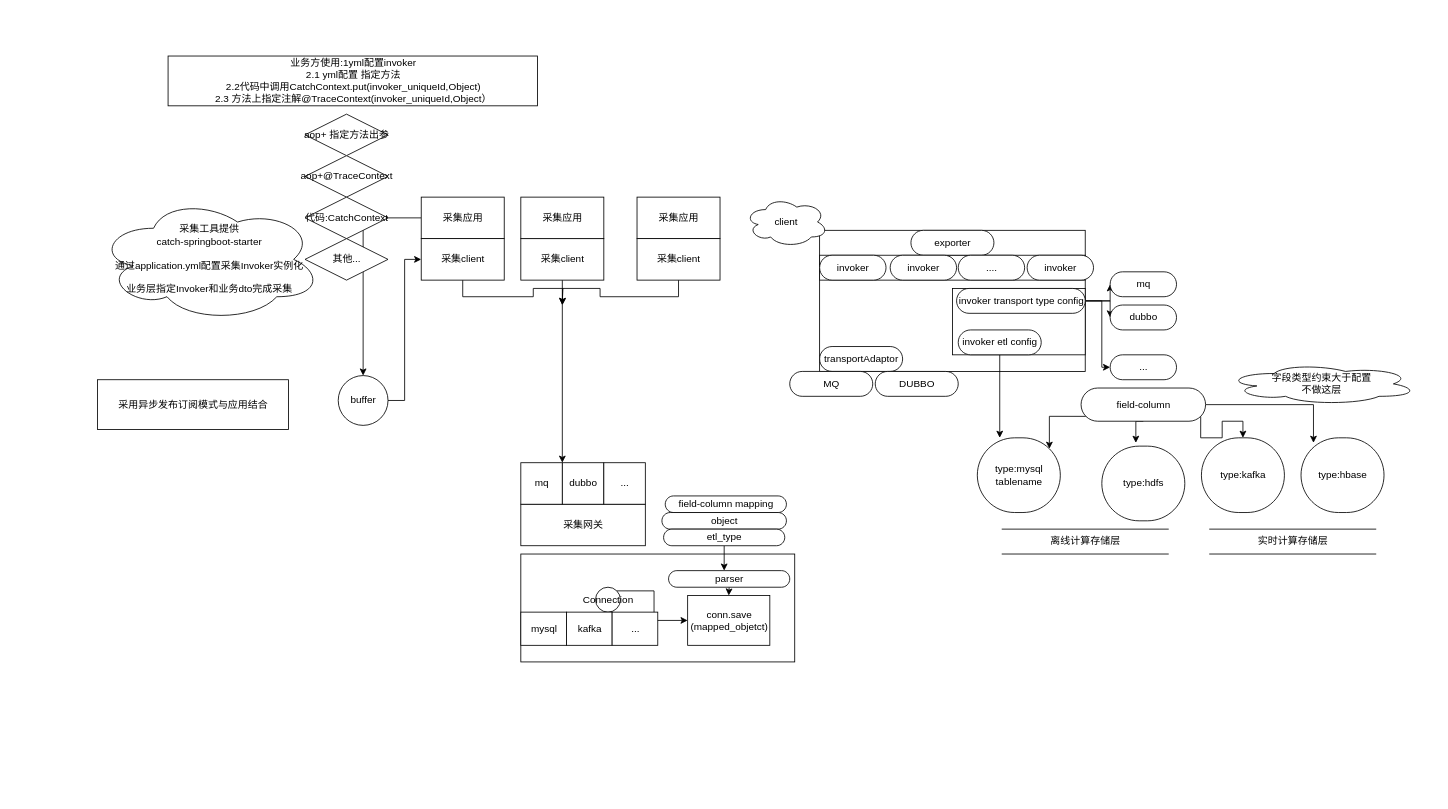
This is Untitled Diagram.drawio from renxinlin/-, a draw.io file, before an edit. Source tidied: cells renumbered, new cells numbered last; positions are measured from the earlier drawing's top-left corner, leaving out a move shared by most shapes. Both pictures are drawn from the tidied source at 83%, with x=0, y=0 at pixel (97, 56).
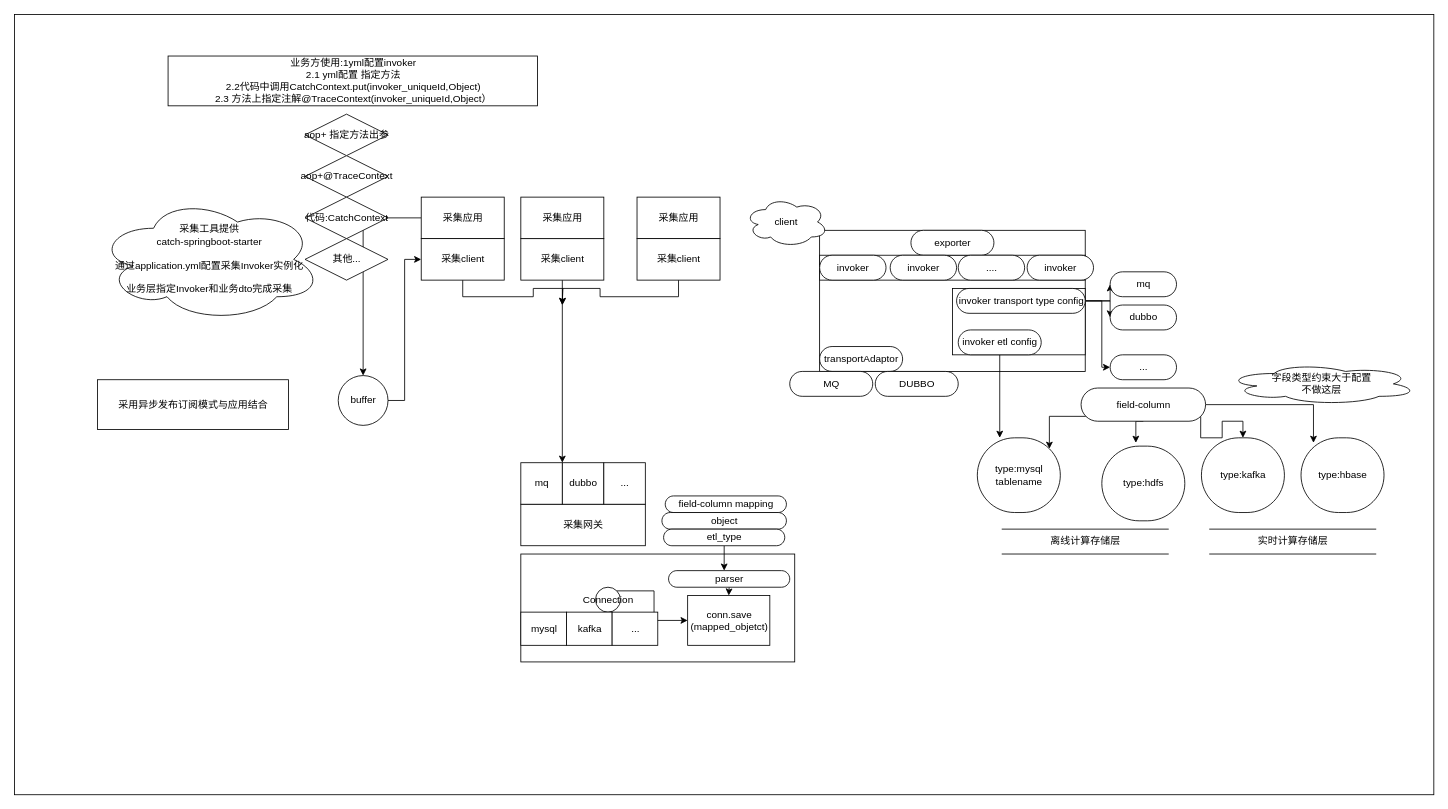
The same page after the edit.

Commit message:
数据采集层架构

What changed in the source:
```diff
@@
+    <mxCell id="71" style="html=1;dashed=0;whitespace=wrap;" parent="1" vertex="1">
+      <mxGeometry x="-100" y="-50" width="1710" height="940" as="geometry" />
+    </mxCell>
```
